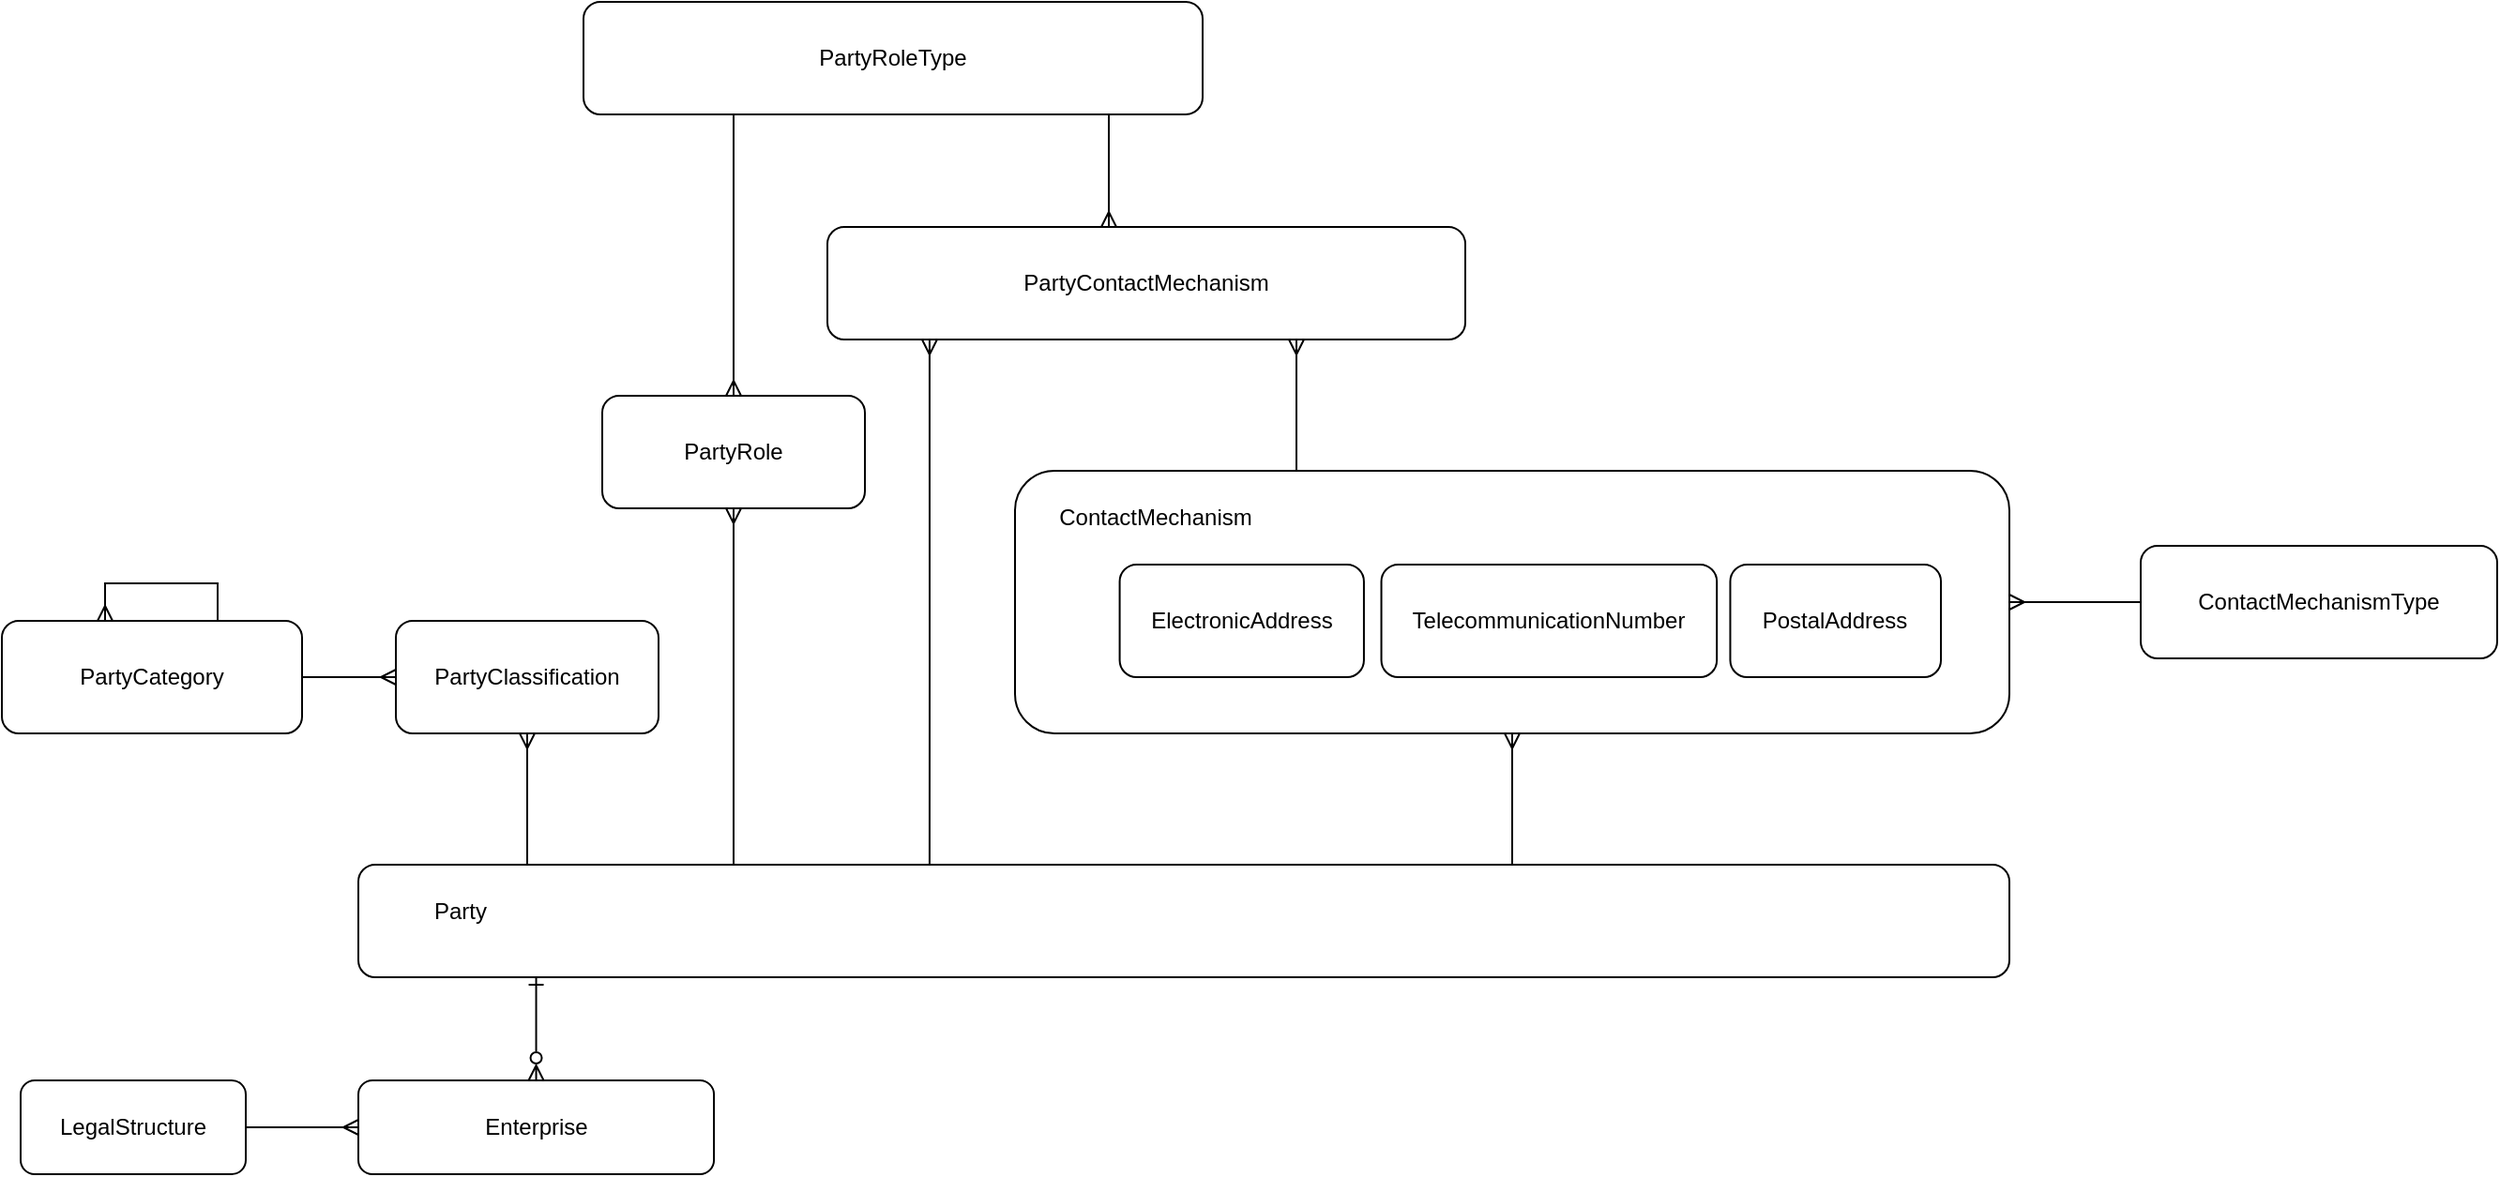
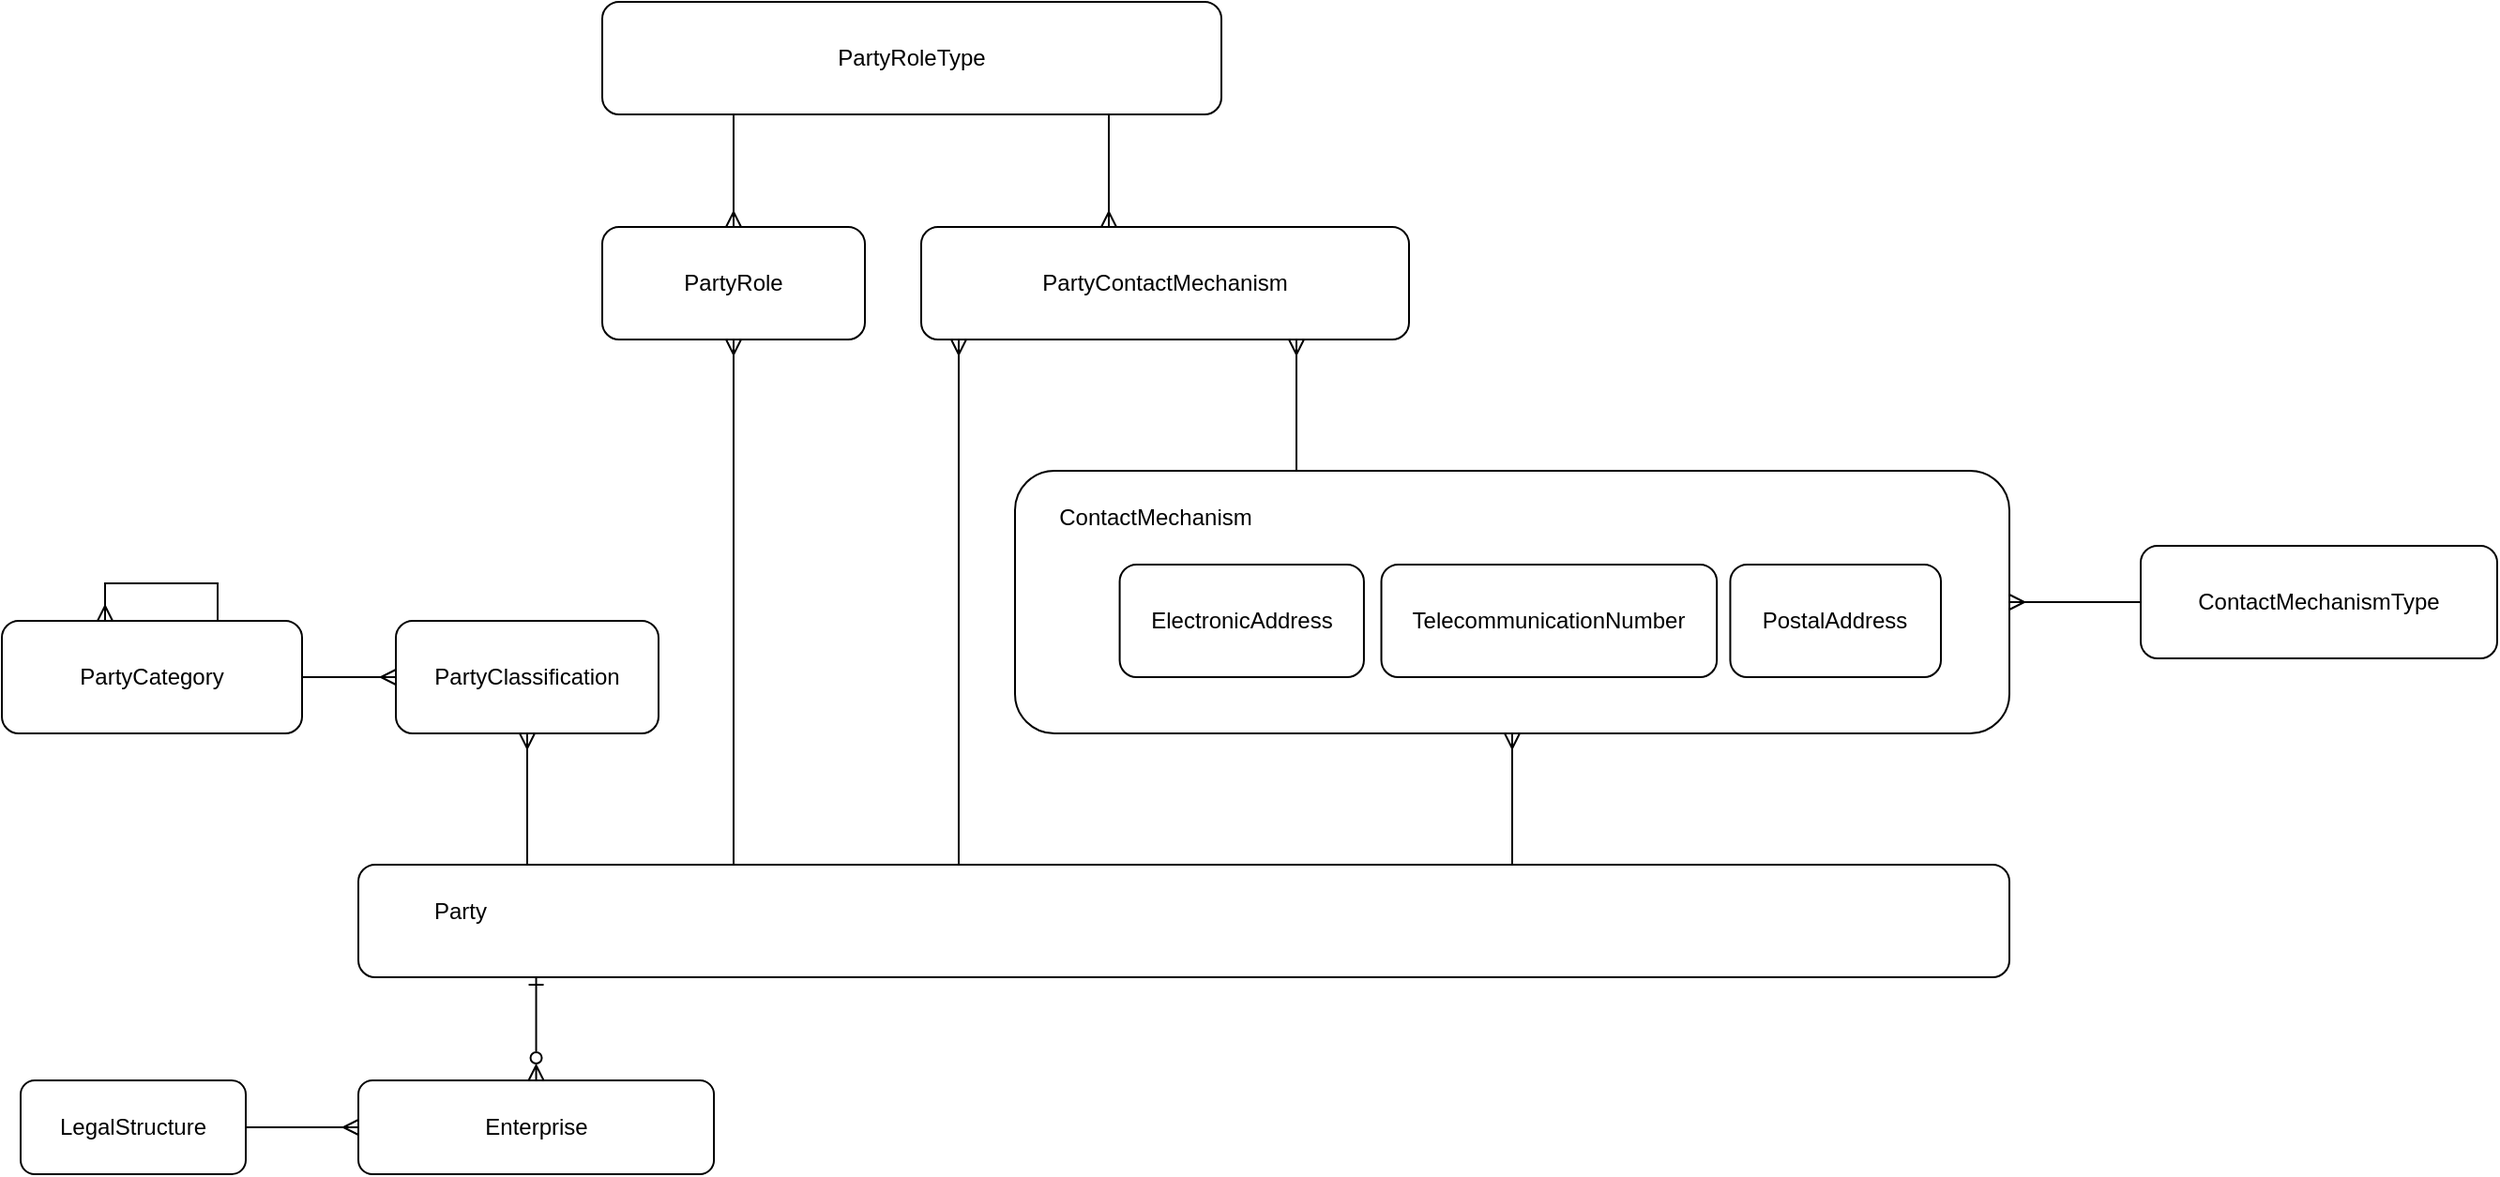
<mxfile host="app.diagrams.net" agent="Mozilla/5.0 (Windows NT 10.0; Win64; x64) AppleWebKit/537.36 (KHTML, like Gecko) Chrome/141.0.0.0 Safari/537.36" version="28.2.9">
  <diagram name="Page-1" id="d0nJ6Fx9cUZLMqGtfM0H">
    <mxGraphModel dx="2076" dy="1832" grid="1" gridSize="10" guides="1" tooltips="1" connect="1" arrows="1" fold="1" page="1" pageScale="1" pageWidth="850" pageHeight="1100" math="0" shadow="0">
      <root>
        <mxCell id="0" />
        <mxCell id="1" parent="0" />
        <mxCell id="tdPrWEJd15tEannaNgth-4" style="edgeStyle=orthogonalEdgeStyle;rounded=0;orthogonalLoop=1;jettySize=auto;html=1;startArrow=ERmany;startFill=0;endArrow=none;endFill=0;" edge="1" parent="1" source="tdPrWEJd15tEannaNgth-2" target="tdPrWEJd15tEannaNgth-3">
          <mxGeometry relative="1" as="geometry" />
        </mxCell>
        <mxCell id="tdPrWEJd15tEannaNgth-3" value="ContactMechanismType" style="rounded=1;whiteSpace=wrap;html=1;" vertex="1" parent="1">
          <mxGeometry x="600" y="240" width="190" height="60" as="geometry" />
        </mxCell>
        <mxCell id="tdPrWEJd15tEannaNgth-13" value="PartyRoleType" style="rounded=1;whiteSpace=wrap;html=1;" vertex="1" parent="1">
-           <mxGeometry x="-230" y="-50" width="330" height="60" as="geometry" />
+           <mxGeometry x="-220" y="-50" width="330" height="60" as="geometry" />
        </mxCell>
        <mxCell id="tdPrWEJd15tEannaNgth-14" style="edgeStyle=orthogonalEdgeStyle;rounded=0;orthogonalLoop=1;jettySize=auto;html=1;startArrow=ERmany;startFill=0;endArrow=none;endFill=0;" edge="1" parent="1" source="tdPrWEJd15tEannaNgth-15" target="tdPrWEJd15tEannaNgth-13">
          <mxGeometry relative="1" as="geometry">
            <mxPoint x="730" y="420" as="sourcePoint" />
            <mxPoint x="730" y="340" as="targetPoint" />
            <Array as="points">
              <mxPoint x="50" y="20" />
              <mxPoint x="50" y="20" />
            </Array>
          </mxGeometry>
        </mxCell>
        <mxCell id="tdPrWEJd15tEannaNgth-15" value="PartyContactMechanism" style="rounded=1;whiteSpace=wrap;html=1;" vertex="1" parent="1">
-           <mxGeometry x="-100" y="70" width="340" height="60" as="geometry" />
+           <mxGeometry x="-50" y="70" width="260" height="60" as="geometry" />
        </mxCell>
        <mxCell id="tdPrWEJd15tEannaNgth-18" style="edgeStyle=orthogonalEdgeStyle;rounded=0;orthogonalLoop=1;jettySize=auto;html=1;startArrow=ERmany;startFill=0;endArrow=none;endFill=0;" edge="1" parent="1">
          <mxGeometry relative="1" as="geometry">
-             <mxPoint x="-45.54117647058829" y="130" as="sourcePoint" />
-             <mxPoint x="-45.54117647058829" y="410" as="targetPoint" />
+             <mxPoint x="-30.00117647058829" y="130" as="sourcePoint" />
+             <mxPoint x="-30.00117647058829" y="410" as="targetPoint" />
            <Array as="points">
-               <mxPoint x="-45.6" y="300" />
-               <mxPoint x="-45.6" y="300" />
+               <mxPoint x="-30.060000000000002" y="300" />
+               <mxPoint x="-30.060000000000002" y="300" />
            </Array>
          </mxGeometry>
        </mxCell>
        <mxCell id="tdPrWEJd15tEannaNgth-19" value="" style="group" vertex="1" connectable="0" parent="1">
          <mxGeometry y="200" width="530" height="140" as="geometry" />
        </mxCell>
        <mxCell id="tdPrWEJd15tEannaNgth-2" value="" style="rounded=1;whiteSpace=wrap;html=1;" vertex="1" parent="tdPrWEJd15tEannaNgth-19">
          <mxGeometry width="530" height="140" as="geometry" />
        </mxCell>
        <mxCell id="tdPrWEJd15tEannaNgth-5" value="ElectronicAddress" style="rounded=1;whiteSpace=wrap;html=1;" vertex="1" parent="tdPrWEJd15tEannaNgth-19">
          <mxGeometry x="55.78947368421052" y="50" width="130.17543859649123" height="60" as="geometry" />
        </mxCell>
        <mxCell id="tdPrWEJd15tEannaNgth-6" value="TelecommunicationNumber" style="rounded=1;whiteSpace=wrap;html=1;" vertex="1" parent="tdPrWEJd15tEannaNgth-19">
          <mxGeometry x="195.26315789473682" y="50" width="178.81456140350878" height="60" as="geometry" />
        </mxCell>
        <mxCell id="tdPrWEJd15tEannaNgth-7" value="ContactMechanism" style="text;html=1;whiteSpace=wrap;strokeColor=none;fillColor=none;align=center;verticalAlign=middle;rounded=0;" vertex="1" parent="tdPrWEJd15tEannaNgth-19">
          <mxGeometry x="27.896882591093107" y="10" width="94.41295546558705" height="30" as="geometry" />
        </mxCell>
        <mxCell id="tdPrWEJd15tEannaNgth-8" value="PostalAddress" style="rounded=1;whiteSpace=wrap;html=1;" vertex="1" parent="tdPrWEJd15tEannaNgth-19">
          <mxGeometry x="381.2280701754386" y="50" width="112.29491228070175" height="60" as="geometry" />
        </mxCell>
        <mxCell id="tdPrWEJd15tEannaNgth-20" style="edgeStyle=orthogonalEdgeStyle;rounded=0;orthogonalLoop=1;jettySize=auto;html=1;startArrow=ERmany;startFill=0;endArrow=none;endFill=0;" edge="1" parent="1" source="tdPrWEJd15tEannaNgth-15" target="tdPrWEJd15tEannaNgth-2">
          <mxGeometry relative="1" as="geometry">
            <mxPoint x="370" y="120" as="sourcePoint" />
            <mxPoint x="370" y="430" as="targetPoint" />
            <Array as="points">
              <mxPoint x="150" y="160" />
              <mxPoint x="150" y="160" />
            </Array>
          </mxGeometry>
        </mxCell>
        <mxCell id="tdPrWEJd15tEannaNgth-21" style="edgeStyle=orthogonalEdgeStyle;rounded=0;orthogonalLoop=1;jettySize=auto;html=1;startArrow=ERmany;startFill=0;endArrow=none;endFill=0;" edge="1" parent="1" source="tdPrWEJd15tEannaNgth-2" target="tdPrWEJd15tEannaNgth-1">
          <mxGeometry relative="1" as="geometry">
            <mxPoint x="240" y="400" as="sourcePoint" />
            <mxPoint x="240" y="470" as="targetPoint" />
            <Array as="points">
              <mxPoint x="305" y="420" />
              <mxPoint x="305" y="420" />
            </Array>
          </mxGeometry>
        </mxCell>
        <mxCell id="tdPrWEJd15tEannaNgth-22" value="LegalStructure" style="rounded=1;whiteSpace=wrap;html=1;" vertex="1" parent="1">
          <mxGeometry x="-530" y="525" width="120" height="50" as="geometry" />
        </mxCell>
        <mxCell id="tdPrWEJd15tEannaNgth-27" value="PartyClassification" style="rounded=1;whiteSpace=wrap;html=1;" vertex="1" parent="1">
          <mxGeometry x="-330" y="280" width="140" height="60" as="geometry" />
        </mxCell>
        <mxCell id="tdPrWEJd15tEannaNgth-28" value="PartyCategory" style="rounded=1;whiteSpace=wrap;html=1;" vertex="1" parent="1">
          <mxGeometry x="-540" y="280" width="160" height="60" as="geometry" />
        </mxCell>
        <mxCell id="tdPrWEJd15tEannaNgth-31" style="edgeStyle=orthogonalEdgeStyle;rounded=0;orthogonalLoop=1;jettySize=auto;html=1;startArrow=ERmany;startFill=0;endArrow=none;endFill=0;" edge="1" parent="1" source="tdPrWEJd15tEannaNgth-27" target="tdPrWEJd15tEannaNgth-1">
          <mxGeometry relative="1" as="geometry">
            <mxPoint x="-260" y="180" as="sourcePoint" />
            <mxPoint x="-260" y="250" as="targetPoint" />
            <Array as="points">
              <mxPoint x="-260" y="370" />
              <mxPoint x="-260" y="370" />
            </Array>
          </mxGeometry>
        </mxCell>
        <mxCell id="tdPrWEJd15tEannaNgth-32" style="edgeStyle=orthogonalEdgeStyle;rounded=0;orthogonalLoop=1;jettySize=auto;html=1;startArrow=ERmany;startFill=0;endArrow=none;endFill=0;" edge="1" parent="1" source="tdPrWEJd15tEannaNgth-27" target="tdPrWEJd15tEannaNgth-28">
          <mxGeometry relative="1" as="geometry">
            <mxPoint x="-230" y="200" as="sourcePoint" />
            <mxPoint x="-230" y="270" as="targetPoint" />
            <Array as="points" />
          </mxGeometry>
        </mxCell>
        <mxCell id="tdPrWEJd15tEannaNgth-33" style="edgeStyle=orthogonalEdgeStyle;rounded=0;orthogonalLoop=1;jettySize=auto;html=1;startArrow=ERmany;startFill=0;endArrow=none;endFill=0;" edge="1" parent="1">
          <mxGeometry relative="1" as="geometry">
            <mxPoint x="-485" y="280" as="sourcePoint" />
            <mxPoint x="-425" y="280" as="targetPoint" />
            <Array as="points">
              <mxPoint x="-485" y="260" />
              <mxPoint x="-425" y="260" />
            </Array>
          </mxGeometry>
        </mxCell>
        <mxCell id="tdPrWEJd15tEannaNgth-34" style="edgeStyle=orthogonalEdgeStyle;rounded=0;orthogonalLoop=1;jettySize=auto;html=1;startArrow=ERmany;startFill=0;endArrow=none;endFill=0;" edge="1" parent="1" source="tdPrWEJd15tEannaNgth-17" target="tdPrWEJd15tEannaNgth-22">
          <mxGeometry relative="1" as="geometry">
            <mxPoint x="10" y="955" as="sourcePoint" />
            <mxPoint x="10" y="1025" as="targetPoint" />
            <Array as="points">
              <mxPoint x="-380" y="550" />
              <mxPoint x="-380" y="550" />
            </Array>
          </mxGeometry>
        </mxCell>
        <mxCell id="tdPrWEJd15tEannaNgth-35" value="PartyRole" style="rounded=1;whiteSpace=wrap;html=1;" vertex="1" parent="1">
-           <mxGeometry x="-220" y="160" width="140" height="60" as="geometry" />
+           <mxGeometry x="-220" y="70" width="140" height="60" as="geometry" />
        </mxCell>
        <mxCell id="tdPrWEJd15tEannaNgth-37" style="edgeStyle=orthogonalEdgeStyle;rounded=0;orthogonalLoop=1;jettySize=auto;html=1;startArrow=ERmany;startFill=0;endArrow=none;endFill=0;" edge="1" parent="1" source="tdPrWEJd15tEannaNgth-35" target="tdPrWEJd15tEannaNgth-1">
          <mxGeometry relative="1" as="geometry">
            <mxPoint x="-130" y="350" as="sourcePoint" />
            <mxPoint x="-130" y="420" as="targetPoint" />
            <Array as="points">
              <mxPoint x="-150" y="260" />
              <mxPoint x="-150" y="260" />
            </Array>
          </mxGeometry>
        </mxCell>
-         <mxCell id="tdPrWEJd15tEannaNgth-38" style="edgeStyle=orthogonalEdgeStyle;rounded=0;orthogonalLoop=1;jettySize=auto;html=1;startArrow=ERmany;startFill=0;endArrow=none;endFill=0;" edge="1" parent="1">
+         <mxCell id="tdPrWEJd15tEannaNgth-38" style="edgeStyle=orthogonalEdgeStyle;rounded=0;orthogonalLoop=1;jettySize=auto;html=1;startArrow=ERmany;startFill=0;endArrow=none;endFill=0;" edge="1" parent="1" source="tdPrWEJd15tEannaNgth-35">
          <mxGeometry relative="1" as="geometry">
            <mxPoint x="-150" y="160" as="sourcePoint" />
            <mxPoint x="-150" y="10" as="targetPoint" />
-             <Array as="points">
-               <mxPoint x="-150" y="40" />
-               <mxPoint x="-150" y="40" />
-             </Array>
+             <Array as="points" />
          </mxGeometry>
        </mxCell>
        <mxCell id="tdPrWEJd15tEannaNgth-1" value="" style="rounded=1;whiteSpace=wrap;html=1;" vertex="1" parent="1">
          <mxGeometry x="-350" y="410" width="880" height="60" as="geometry" />
        </mxCell>
        <mxCell id="tdPrWEJd15tEannaNgth-9" value="Party" style="text;html=1;whiteSpace=wrap;strokeColor=none;fillColor=none;align=center;verticalAlign=middle;rounded=0;" vertex="1" parent="1">
          <mxGeometry x="-336.46153846153845" y="420" width="81.23076923076923" height="30" as="geometry" />
        </mxCell>
        <mxCell id="tdPrWEJd15tEannaNgth-39" style="edgeStyle=orthogonalEdgeStyle;rounded=0;orthogonalLoop=1;jettySize=auto;html=1;endArrow=ERone;endFill=0;startArrow=ERzeroToMany;startFill=0;" edge="1" parent="1" source="tdPrWEJd15tEannaNgth-17" target="tdPrWEJd15tEannaNgth-1">
          <mxGeometry relative="1" as="geometry">
            <Array as="points">
              <mxPoint x="-255" y="560" />
              <mxPoint x="-255" y="560" />
            </Array>
          </mxGeometry>
        </mxCell>
        <mxCell id="tdPrWEJd15tEannaNgth-17" value="Enterprise" style="rounded=1;whiteSpace=wrap;html=1;" vertex="1" parent="1">
          <mxGeometry x="-350.00076923076927" y="525" width="189.53846153846152" height="50" as="geometry" />
        </mxCell>
      </root>
    </mxGraphModel>
  </diagram>
</mxfile>
